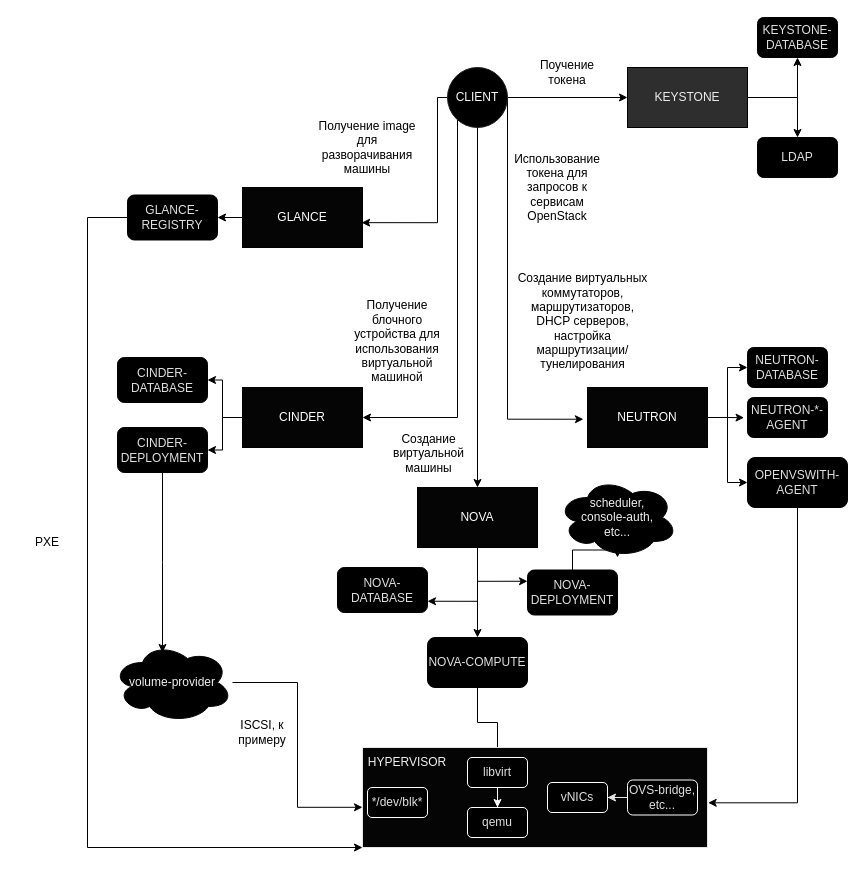
Earlier version of the draw.io diagram os_vm_creation.drawio (wirtyozzz/a2code_example). Source tidied: cells renumbered, new cells numbered last; positions are measured from the earlier drawing's top-left corner, leaving out a move shared by most shapes. Both pictures are drawn from the tidied source at 100%, with x=0, y=0 at pixel (17, 17).
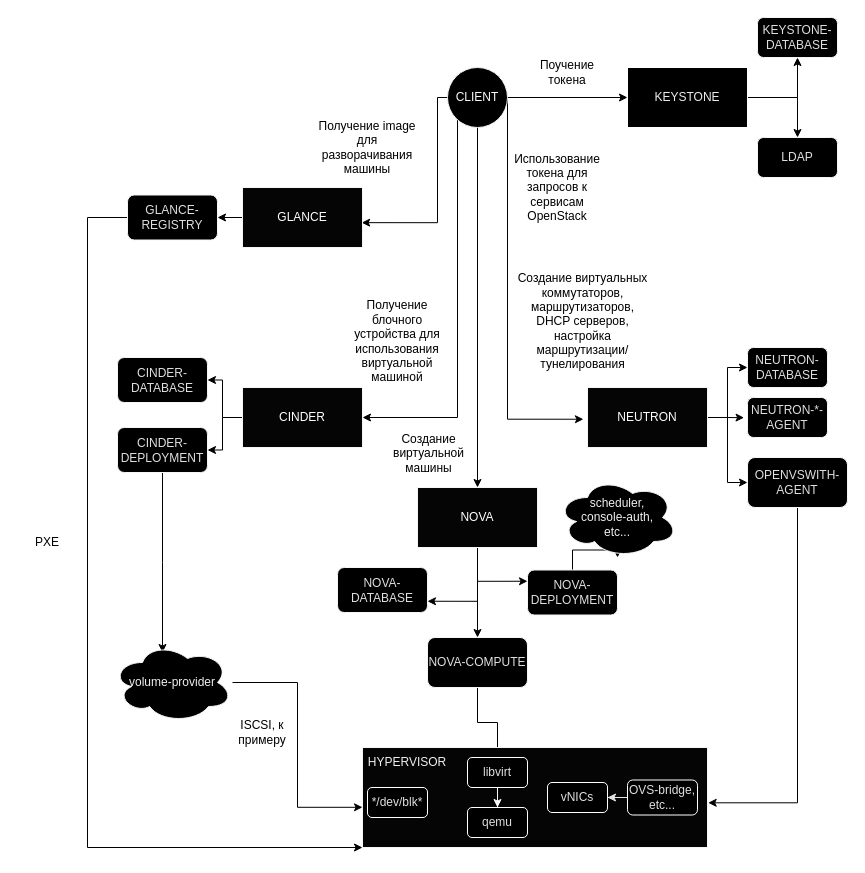
The same page after the edit.

Change to the diagram source:
```diff
@@
-    <mxCell id="4" value="&lt;font color=&quot;#ededed&quot;&gt;KEYSTONE&lt;/font&gt;" style="whiteSpace=wrap;html=1;fillColor=#2E2E2E;rounded=0;" parent="1" vertex="1">
+    <mxCell id="4" value="&lt;font color=&quot;#ededed&quot;&gt;KEYSTONE&lt;/font&gt;" style="whiteSpace=wrap;html=1;fillColor=#000000;rounded=0;strokeColor=#FFFFFF;" parent="1" vertex="1">
       <mxGeometry x="610" y="50" width="120" height="60" as="geometry" />
     </mxCell>
-    <mxCell id="5" value="&lt;font color=&quot;#e0e0e0&quot;&gt;KEYSTONE-DATABASE&lt;/font&gt;" style="whiteSpace=wrap;html=1;rounded=1;fillColor=#000000;" parent="1" vertex="1">
+    <mxCell id="5" value="&lt;font color=&quot;#e0e0e0&quot;&gt;KEYSTONE-DATABASE&lt;/font&gt;" style="whiteSpace=wrap;html=1;rounded=1;fillColor=#000000;strokeColor=#F5F5F5;" parent="1" vertex="1">
       <mxGeometry x="740" width="80" height="40" as="geometry" />
     </mxCell>
-    <mxCell id="6" value="&lt;font color=&quot;#e0e0e0&quot;&gt;LDAP&lt;/font&gt;" style="whiteSpace=wrap;html=1;rounded=1;fillColor=#000000;" parent="1" vertex="1">
+    <mxCell id="6" value="&lt;font color=&quot;#e0e0e0&quot;&gt;LDAP&lt;/font&gt;" style="whiteSpace=wrap;html=1;rounded=1;fillColor=#000000;strokeColor=#F5F5F5;" parent="1" vertex="1">
       <mxGeometry x="740" y="120" width="80" height="40" as="geometry" />
     </mxCell>
@@
-    <mxCell id="12" value="&lt;font color=&quot;#fafafa&quot;&gt;CLIENT&lt;/font&gt;" style="ellipse;whiteSpace=wrap;html=1;strokeColor=#1F1F1F;fillColor=#000000;" parent="1" vertex="1">
+    <mxCell id="12" value="&lt;font color=&quot;#fafafa&quot;&gt;CLIENT&lt;/font&gt;" style="ellipse;whiteSpace=wrap;html=1;strokeColor=#F5F5F5;fillColor=#000000;" parent="1" vertex="1">
       <mxGeometry x="430" y="50" width="60" height="60" as="geometry" />
     </mxCell>
@@
-    <mxCell id="17" value="&lt;font color=&quot;#ffffff&quot;&gt;NOVA&lt;/font&gt;" style="whiteSpace=wrap;html=1;fillColor=#050505;" parent="1" vertex="1">
+    <mxCell id="17" value="&lt;font color=&quot;#ffffff&quot;&gt;NOVA&lt;/font&gt;" style="whiteSpace=wrap;html=1;fillColor=#050505;strokeColor=#F5F5F5;" parent="1" vertex="1">
       <mxGeometry x="400" y="470" width="120" height="60" as="geometry" />
     </mxCell>
-    <mxCell id="18" value="&lt;font color=&quot;#e0e0e0&quot;&gt;NOVA-DATABASE&lt;/font&gt;" style="whiteSpace=wrap;html=1;rounded=1;fillColor=#000000;" parent="1" vertex="1">
+    <mxCell id="18" value="&lt;font color=&quot;#e0e0e0&quot;&gt;NOVA-DATABASE&lt;/font&gt;" style="whiteSpace=wrap;html=1;rounded=1;fillColor=#000000;strokeColor=#F5F5F5;" parent="1" vertex="1">
       <mxGeometry x="320" y="550" width="90" height="45" as="geometry" />
     </mxCell>
@@
-    <mxCell id="20" value="&lt;font color=&quot;#e0e0e0&quot;&gt;NOVA-DEPLOYMENT&lt;/font&gt;" style="whiteSpace=wrap;html=1;rounded=1;fillColor=#000000;" parent="1" vertex="1">
+    <mxCell id="20" value="&lt;font color=&quot;#e0e0e0&quot;&gt;NOVA-DEPLOYMENT&lt;/font&gt;" style="whiteSpace=wrap;html=1;rounded=1;fillColor=#000000;strokeColor=#F5F5F5;" parent="1" vertex="1">
       <mxGeometry x="510" y="552.5" width="90" height="45" as="geometry" />
     </mxCell>
@@
-    <mxCell id="22" value="&lt;font color=&quot;#e0e0e0&quot;&gt;NOVA-COMPUTE&lt;/font&gt;" style="whiteSpace=wrap;html=1;rounded=1;fillColor=#000000;" parent="1" vertex="1">
+    <mxCell id="22" value="&lt;font color=&quot;#e0e0e0&quot;&gt;NOVA-COMPUTE&lt;/font&gt;" style="whiteSpace=wrap;html=1;rounded=1;fillColor=#000000;strokeColor=#F5F5F5;" parent="1" vertex="1">
       <mxGeometry x="410" y="620" width="100" height="50" as="geometry" />
     </mxCell>
-    <mxCell id="23" value="&lt;font color=&quot;#f0f0f0&quot;&gt;scheduler, &lt;br&gt;console-auth, &lt;br&gt;etc...&lt;/font&gt;" style="ellipse;shape=cloud;whiteSpace=wrap;html=1;fillColor=#000000;rounded=1;" parent="1" vertex="1">
+    <mxCell id="23" value="&lt;font color=&quot;#f0f0f0&quot;&gt;scheduler, &lt;br&gt;console-auth, &lt;br&gt;etc...&lt;/font&gt;" style="ellipse;shape=cloud;whiteSpace=wrap;html=1;fillColor=#000000;rounded=1;strokeColor=#F5F5F5;" parent="1" vertex="1">
       <mxGeometry x="540" y="460" width="120" height="80" as="geometry" />
     </mxCell>
-    <mxCell id="24" style="whiteSpace=wrap;html=1;fillColor=#050505;strokeColor=#E6E6E6;" parent="1" vertex="1">
+    <mxCell id="24" style="whiteSpace=wrap;html=1;fillColor=#050505;strokeColor=#F5F5F5;" parent="1" vertex="1">
       <mxGeometry x="345" y="730" width="345" height="100" as="geometry" />
     </mxCell>
@@
-    <mxCell id="31" value="&lt;font color=&quot;#ffffff&quot;&gt;CINDER&lt;/font&gt;" style="whiteSpace=wrap;html=1;fillColor=#050505;" parent="1" vertex="1">
+    <mxCell id="31" value="&lt;font color=&quot;#ffffff&quot;&gt;CINDER&lt;/font&gt;" style="whiteSpace=wrap;html=1;fillColor=#050505;strokeColor=#F5F5F5;" parent="1" vertex="1">
       <mxGeometry x="225" y="370" width="120" height="60" as="geometry" />
     </mxCell>
-    <mxCell id="32" value="&lt;font color=&quot;#e0e0e0&quot;&gt;CINDER-DATABASE&lt;/font&gt;" style="whiteSpace=wrap;html=1;rounded=1;fillColor=#000000;" parent="1" vertex="1">
+    <mxCell id="32" value="&lt;font color=&quot;#e0e0e0&quot;&gt;CINDER-DATABASE&lt;/font&gt;" style="whiteSpace=wrap;html=1;rounded=1;fillColor=#000000;strokeColor=#F5F5F5;" parent="1" vertex="1">
       <mxGeometry x="100" y="340" width="90" height="45" as="geometry" />
     </mxCell>
@@
-    <mxCell id="34" value="&lt;font color=&quot;#e0e0e0&quot;&gt;CINDER-DEPLOYMENT&lt;/font&gt;" style="whiteSpace=wrap;html=1;rounded=1;fillColor=#000000;" parent="1" vertex="1">
+    <mxCell id="34" value="&lt;font color=&quot;#e0e0e0&quot;&gt;CINDER-DEPLOYMENT&lt;/font&gt;" style="whiteSpace=wrap;html=1;rounded=1;fillColor=#000000;strokeColor=#F5F5F5;" parent="1" vertex="1">
       <mxGeometry x="100" y="410" width="90" height="45" as="geometry" />
     </mxCell>
@@
-    <mxCell id="36" value="&lt;font color=&quot;#f0f0f0&quot;&gt;volume-provider&lt;/font&gt;" style="ellipse;shape=cloud;whiteSpace=wrap;html=1;fillColor=#000000;rounded=1;" parent="1" vertex="1">
+    <mxCell id="36" value="&lt;font color=&quot;#f0f0f0&quot;&gt;volume-provider&lt;/font&gt;" style="ellipse;shape=cloud;whiteSpace=wrap;html=1;fillColor=#000000;rounded=1;strokeColor=#F5F5F5;" parent="1" vertex="1">
       <mxGeometry x="95" y="625" width="120" height="80" as="geometry" />
     </mxCell>
@@
-    <mxCell id="41" value="&lt;font color=&quot;#ffffff&quot;&gt;NEUTRON&lt;/font&gt;" style="whiteSpace=wrap;html=1;fillColor=#050505;" parent="1" vertex="1">
+    <mxCell id="41" value="&lt;font color=&quot;#ffffff&quot;&gt;NEUTRON&lt;/font&gt;" style="whiteSpace=wrap;html=1;fillColor=#050505;strokeColor=#F5F5F5;" parent="1" vertex="1">
       <mxGeometry x="570" y="370" width="120" height="60" as="geometry" />
     </mxCell>
-    <mxCell id="42" value="&lt;font color=&quot;#e0e0e0&quot;&gt;NEUTRON-DATABASE&lt;/font&gt;" style="whiteSpace=wrap;html=1;rounded=1;fillColor=#000000;" parent="1" vertex="1">
+    <mxCell id="42" value="&lt;font color=&quot;#e0e0e0&quot;&gt;NEUTRON-DATABASE&lt;/font&gt;" style="whiteSpace=wrap;html=1;rounded=1;fillColor=#000000;strokeColor=#F5F5F5;" parent="1" vertex="1">
       <mxGeometry x="730" y="330" width="80" height="40" as="geometry" />
     </mxCell>
-    <mxCell id="43" value="&lt;font color=&quot;#e0e0e0&quot;&gt;NEUTRON-*-AGENT&lt;/font&gt;" style="whiteSpace=wrap;html=1;rounded=1;fillColor=#000000;" parent="1" vertex="1">
+    <mxCell id="43" value="&lt;font color=&quot;#e0e0e0&quot;&gt;NEUTRON-*-AGENT&lt;/font&gt;" style="whiteSpace=wrap;html=1;rounded=1;fillColor=#000000;strokeColor=#F5F5F5;" parent="1" vertex="1">
       <mxGeometry x="730" y="380" width="80" height="40" as="geometry" />
     </mxCell>
@@
-    <mxCell id="45" value="&lt;font color=&quot;#e0e0e0&quot;&gt;OPENVSWITH-AGENT&lt;/font&gt;" style="whiteSpace=wrap;html=1;rounded=1;fillColor=#000000;" parent="1" vertex="1">
+    <mxCell id="45" value="&lt;font color=&quot;#e0e0e0&quot;&gt;OPENVSWITH-AGENT&lt;/font&gt;" style="whiteSpace=wrap;html=1;rounded=1;fillColor=#000000;strokeColor=#F5F5F5;" parent="1" vertex="1">
       <mxGeometry x="730" y="440" width="100" height="50" as="geometry" />
     </mxCell>
@@
-    <mxCell id="50" value="&lt;font color=&quot;#ffffff&quot;&gt;GLANCE&lt;/font&gt;" style="whiteSpace=wrap;html=1;fillColor=#050505;" parent="1" vertex="1">
+    <mxCell id="50" value="&lt;font color=&quot;#ffffff&quot;&gt;GLANCE&lt;/font&gt;" style="whiteSpace=wrap;html=1;fillColor=#050505;strokeColor=#F5F5F5;" parent="1" vertex="1">
       <mxGeometry x="225" y="170" width="120" height="60" as="geometry" />
     </mxCell>
@@
-    <mxCell id="52" value="&lt;font color=&quot;#e0e0e0&quot;&gt;GLANCE-REGISTRY&lt;/font&gt;" style="whiteSpace=wrap;html=1;rounded=1;fillColor=#000000;" parent="1" vertex="1">
+    <mxCell id="52" value="&lt;font color=&quot;#e0e0e0&quot;&gt;GLANCE-REGISTRY&lt;/font&gt;" style="whiteSpace=wrap;html=1;rounded=1;fillColor=#000000;strokeColor=#F5F5F5;" parent="1" vertex="1">
       <mxGeometry x="110" y="177.5" width="90" height="45" as="geometry" />
     </mxCell>
```
